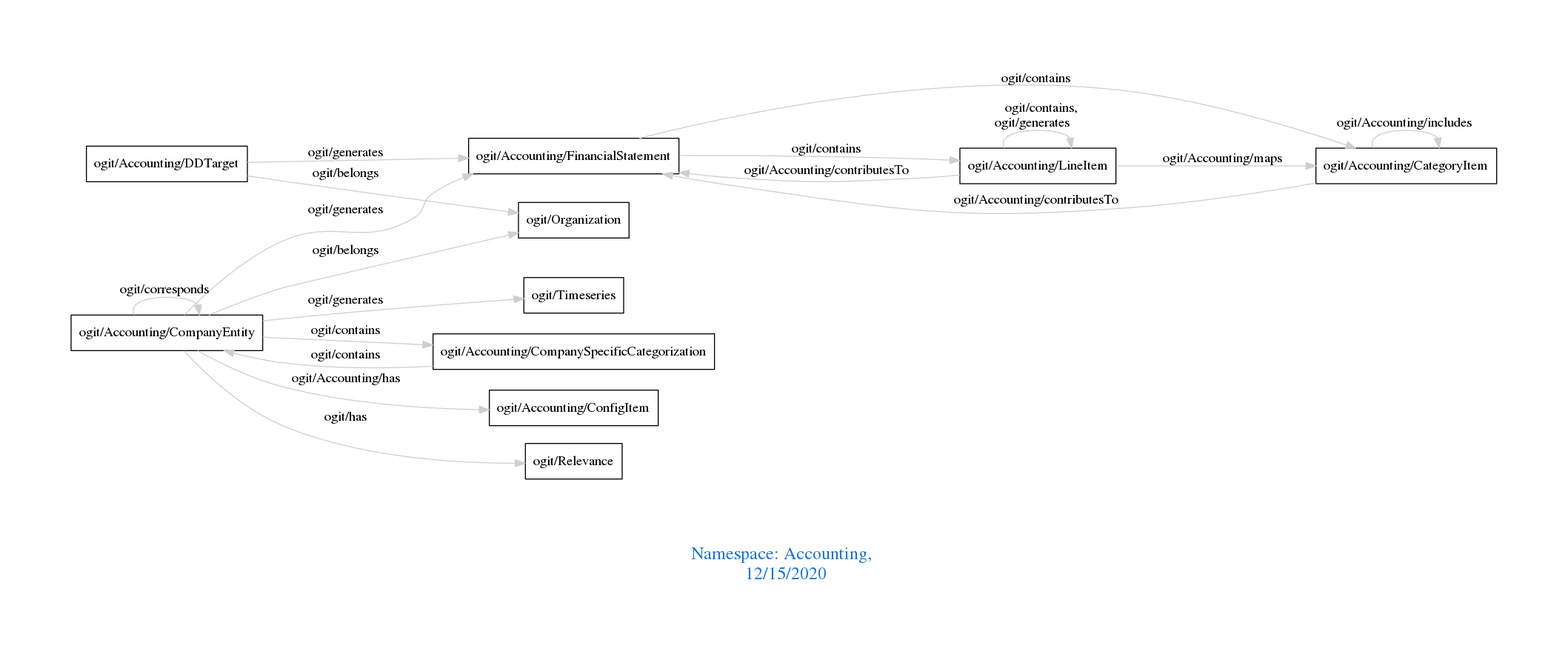
This is downloads/Accounting.png from arago/OGIT, a Graphviz export, as it was before one commit. Its source is kept beside it as downloads/Accounting.dot.
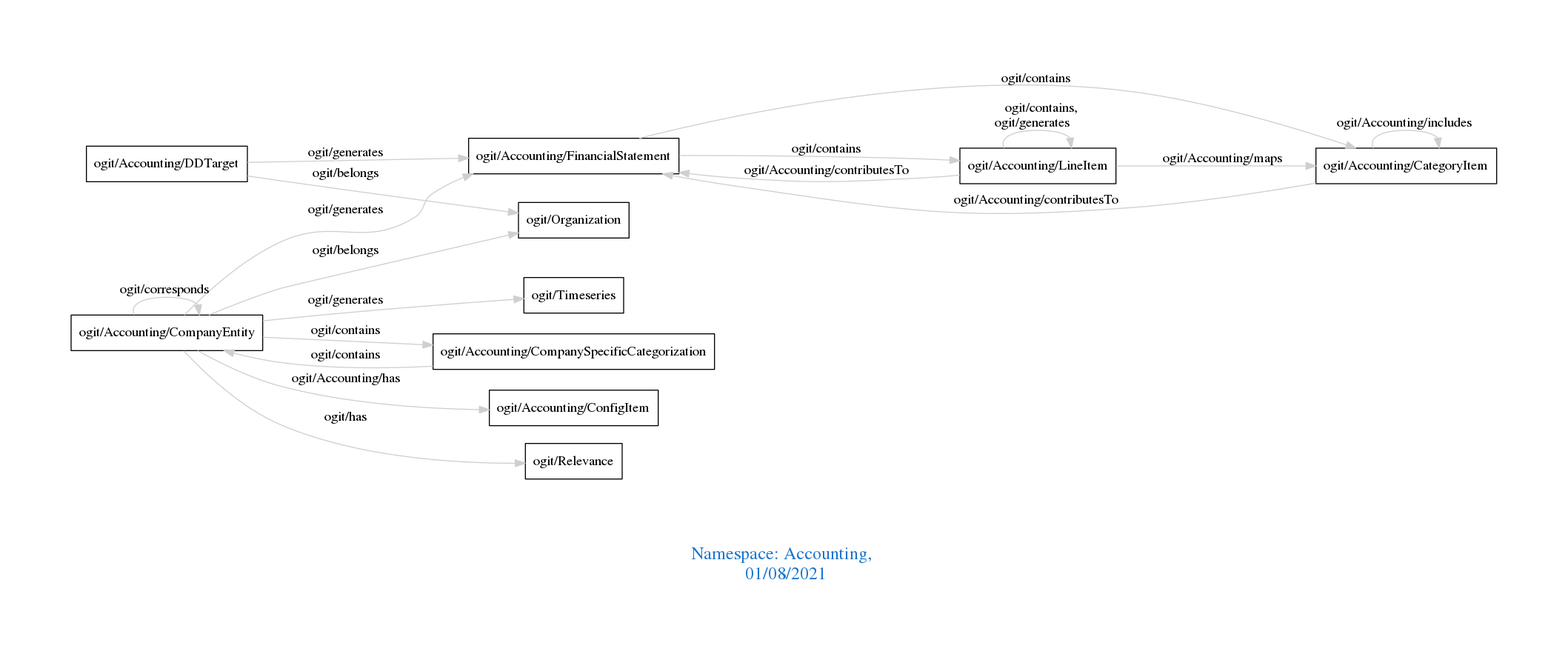
After the change.

The edit, as a diff of the source:
```diff
@@ -1,7 +1,7 @@
 digraph OGIT_ontology {
  graph [ rankdir= LR,pad=1
 fontsize = 18,
-fontcolor= dodgerblue3,label = "\n\n\nNamespace: Accounting, \n 12/15/2020"];
+fontcolor= dodgerblue3,label = "\n\n\nNamespace: Accounting, \n 01/08/2021"];
 node[shape=polygon];
 edge [  color="gray81"];
 
```
